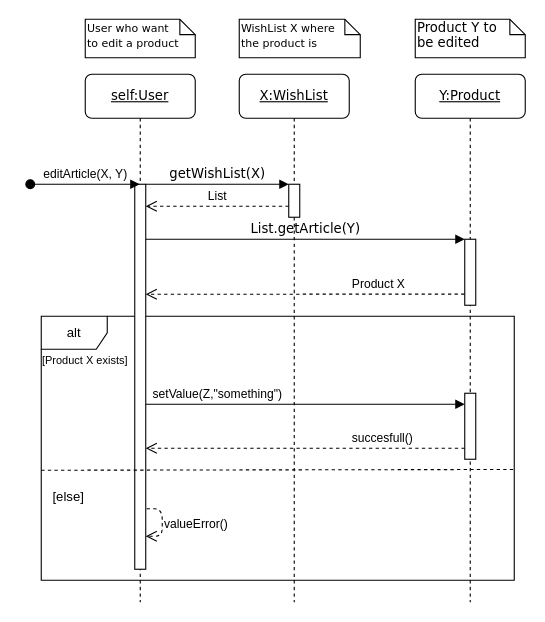
This is Diagrammes/SequenceDiagrams/editArticle.drawio from NNepper/LSINF1225-2020-GroupeL1.1-WishList, a draw.io file, before an edit. Source tidied: cells renumbered, new cells numbered last; positions are measured from the earlier drawing's top-left corner, leaving out a move shared by most shapes. Both pictures are drawn from the tidied source at 110%, with x=0, y=0 at pixel (30, 19).
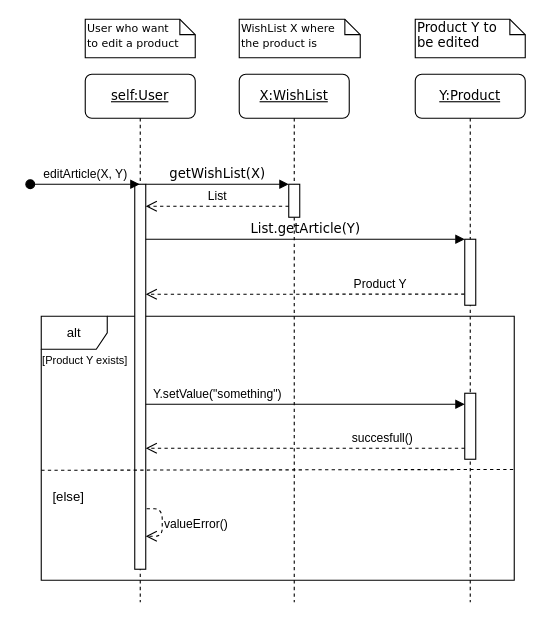
Above is the later version.

Commit message (it also covers changes not shown here):
changement noms variables diagramme séquence editArticle

Unchanged cells that the change refers to:
```xml
<mxCell id="6" style="html=1;points=[];perimeter=orthogonalPerimeter;rounded=0;shadow=0;comic=0;labelBackgroundColor=none;strokeWidth=1;fontFamily=Verdana;fontSize=12;align=center;" parent="5" vertex="1">
  <mxGeometry x="45" y="150" width="10" height="60" as="geometry" />
</mxCell>
```

Diff of the diagram source:
```diff
@@
-    <mxCell id="15" value="Product X&amp;nbsp;" style="html=1;verticalAlign=bottom;endArrow=open;dashed=1;endSize=8;exitX=-0.025;exitY=0.831;exitDx=0;exitDy=0;exitPerimeter=0;" parent="1" edge="1" source="6">
+    <mxCell id="15" value="Product Y" style="html=1;verticalAlign=bottom;endArrow=open;dashed=1;endSize=8;exitX=-0.025;exitY=0.831;exitDx=0;exitDy=0;exitPerimeter=0;" parent="1" edge="1" source="6">
       <mxGeometry x="-0.47" relative="1" as="geometry">
         <mxPoint x="105" y="250" as="targetPoint" />
       </mxGeometry>
     </mxCell>
-    <mxCell id="16" value="setValue(Z,&quot;something&quot;)" style="html=1;verticalAlign=bottom;endArrow=block;" parent="1" edge="1">
+    <mxCell id="16" value="Y.setValue(&quot;something&quot;)" style="html=1;verticalAlign=bottom;endArrow=block;" parent="1" edge="1">
       <mxGeometry x="-0.55" relative="1" as="geometry">
         <mxPoint x="105" y="350" as="sourcePoint" />
         <mxPoint x="395" y="350" as="targetPoint" />
       </mxGeometry>
     </mxCell>
@@
-    <mxCell id="20" value="&lt;font style=&quot;font-size: 10px&quot;&gt;[Product X exists]&lt;/font&gt;" style="text;html=1;strokeColor=none;fillColor=none;align=center;verticalAlign=middle;whiteSpace=wrap;rounded=0;" parent="1" vertex="1">
+    <mxCell id="20" value="&lt;font style=&quot;font-size: 10px&quot;&gt;[Product Y exists]&lt;/font&gt;" style="text;html=1;strokeColor=none;fillColor=none;align=center;verticalAlign=middle;whiteSpace=wrap;rounded=0;" parent="1" vertex="1">
       <mxGeometry x="10" y="300" width="80" height="20" as="geometry" />
     </mxCell>
```
